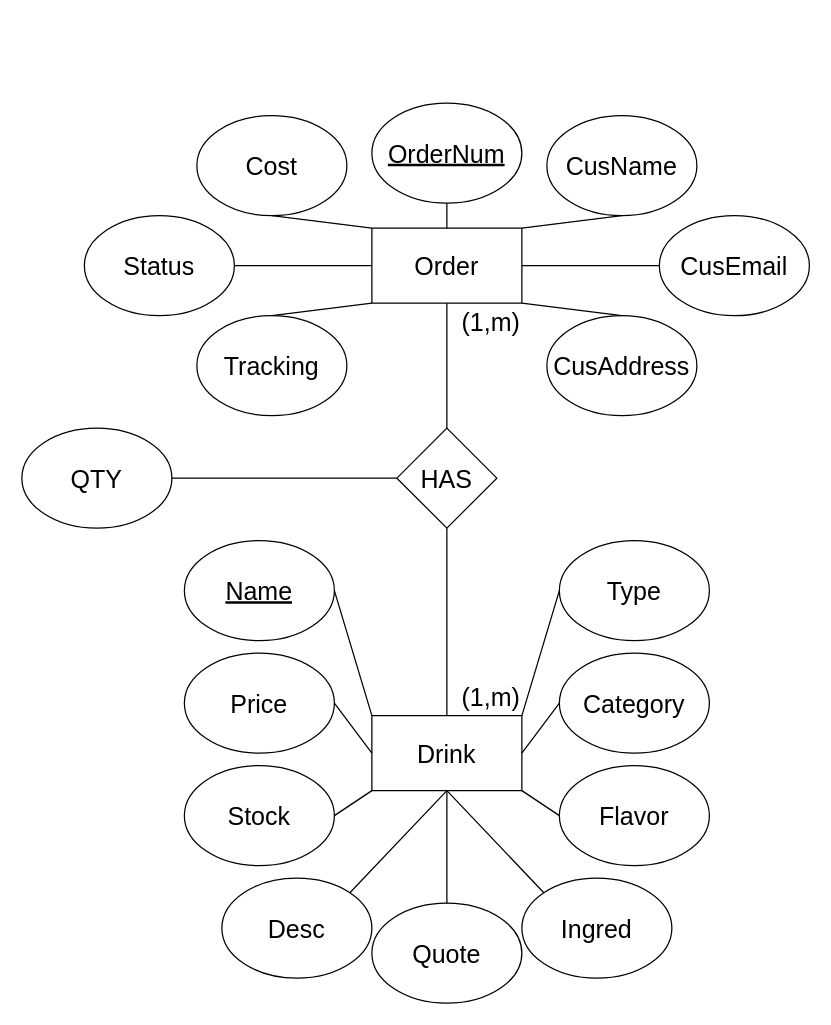
Before: docs/WebsiteERDiagram.drawio in 466-team1/OptionalKarmotrine, a draw.io diagram. Source tidied: cells renumbered, new cells numbered last; positions are measured from the earlier drawing's top-left corner, leaving out a move shared by most shapes. Both pictures are drawn from the tidied source at 125%, with x=0, y=0 at pixel (21, 102).
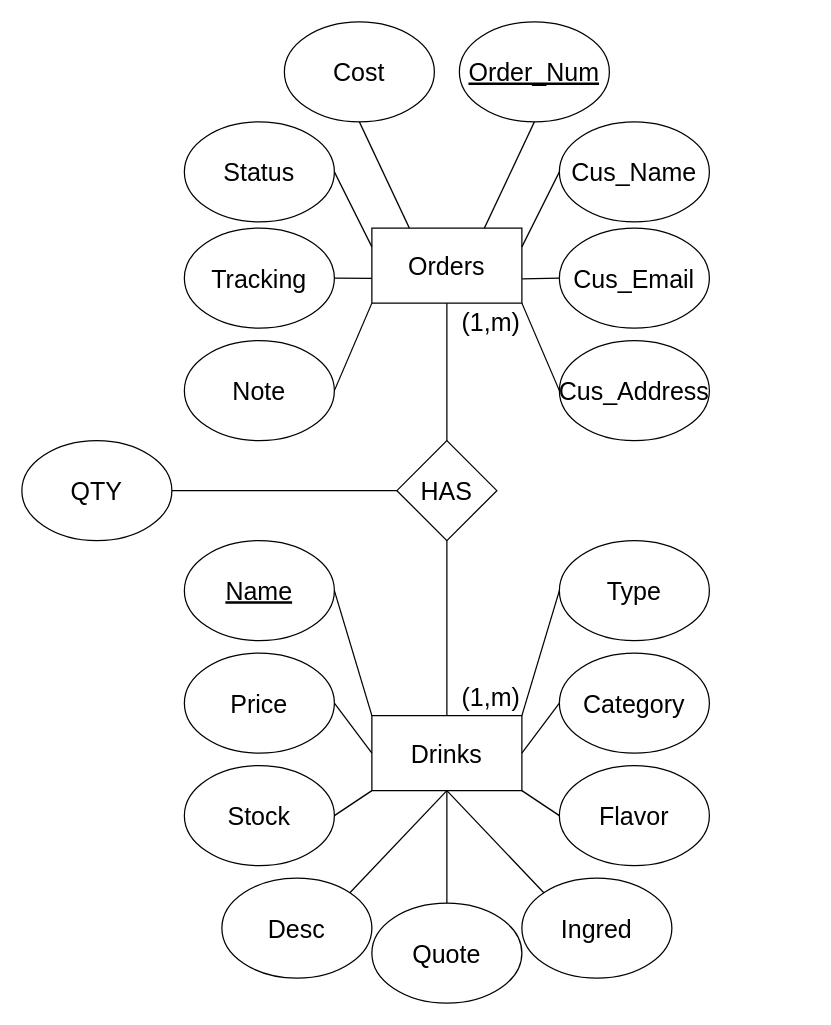
The same page after the edit.

Commit message:
Modified to include the Note attribute that was missing from earlier commit

Diff of the diagram source:
```diff
@@
-    <mxCell id="2" value="&lt;u style=&quot;font-size: 20px;&quot;&gt;OrderNum&lt;/u&gt;" style="ellipse;whiteSpace=wrap;html=1;fontSize=20;" parent="1" vertex="1">
-      <mxGeometry x="280" width="120" height="80" as="geometry" />
+    <mxCell id="2" value="&lt;u style=&quot;font-size: 20px;&quot;&gt;Order_Num&lt;/u&gt;" style="ellipse;whiteSpace=wrap;html=1;fontSize=20;" parent="1" vertex="1">
+      <mxGeometry x="350" y="-65" width="120" height="80" as="geometry" />
     </mxCell>
-    <mxCell id="3" value="Order" style="rounded=0;whiteSpace=wrap;html=1;fontSize=20;" parent="1" vertex="1">
+    <mxCell id="3" value="Orders" style="rounded=0;whiteSpace=wrap;html=1;fontSize=20;" parent="1" vertex="1">
       <mxGeometry x="280" y="100" width="120" height="60" as="geometry" />
     </mxCell>
-    <mxCell id="4" value="Drink" style="rounded=0;whiteSpace=wrap;html=1;fontSize=20;" parent="1" vertex="1">
+    <mxCell id="4" value="Drinks" style="rounded=0;whiteSpace=wrap;html=1;fontSize=20;" parent="1" vertex="1">
       <mxGeometry x="280" y="490" width="120" height="60" as="geometry" />
     </mxCell>
@@
-    <mxCell id="7" style="endArrow=none;html=1;rounded=0;entryX=0.5;entryY=1;entryDx=0;entryDy=0;exitX=0.5;exitY=0;exitDx=0;exitDy=0;fontSize=20;" parent="1" edge="1" source="3" target="2">
+    <mxCell id="7" style="endArrow=none;html=1;rounded=0;entryX=0.5;entryY=1;entryDx=0;entryDy=0;exitX=0.75;exitY=0;exitDx=0;exitDy=0;fontSize=20;" parent="1" edge="1" source="3" target="2">
       <mxGeometry relative="1" as="geometry" />
     </mxCell>
     <mxCell id="8" value="HAS" style="rhombus;whiteSpace=wrap;html=1;fontSize=20;" parent="1" vertex="1">
-      <mxGeometry x="300" y="260" width="80" height="80" as="geometry" />
+      <mxGeometry x="300" y="270" width="80" height="80" as="geometry" />
     </mxCell>
@@
-    <mxCell id="10" value="CusName" style="ellipse;whiteSpace=wrap;html=1;fontSize=20;" parent="1" vertex="1">
-      <mxGeometry x="420" y="10" width="120" height="80" as="geometry" />
+    <mxCell id="10" value="Cus_Name" style="ellipse;whiteSpace=wrap;html=1;fontSize=20;" parent="1" vertex="1">
+      <mxGeometry x="430" y="15" width="120" height="80" as="geometry" />
     </mxCell>
@@
-    <mxCell id="14" value="Cost" style="ellipse;whiteSpace=wrap;html=1;fontSize=20;" parent="1" vertex="1">
-      <mxGeometry x="140" y="10" width="120" height="80" as="geometry" />
+    <mxCell id="14" value="Status" style="ellipse;whiteSpace=wrap;html=1;fontSize=20;" parent="1" vertex="1">
+      <mxGeometry x="130" y="15" width="120" height="80" as="geometry" />
     </mxCell>
-    <mxCell id="15" value="Status" style="ellipse;whiteSpace=wrap;html=1;fontSize=20;" parent="1" vertex="1">
-      <mxGeometry x="50" y="90" width="120" height="80" as="geometry" />
+    <mxCell id="15" value="Tracking" style="ellipse;whiteSpace=wrap;html=1;fontSize=20;" parent="1" vertex="1">
+      <mxGeometry x="130" y="100" width="120" height="80" as="geometry" />
     </mxCell>
-    <mxCell id="16" style="endArrow=none;html=1;rounded=0;entryX=0;entryY=0.5;entryDx=0;entryDy=0;exitX=1;exitY=0.5;exitDx=0;exitDy=0;fontSize=20;" parent="1" edge="1" source="15" target="3">
+    <mxCell id="16" style="endArrow=none;html=1;rounded=0;entryX=0;entryY=0.671;entryDx=0;entryDy=0;exitX=1;exitY=0.5;exitDx=0;exitDy=0;fontSize=20;entryPerimeter=0;" parent="1" edge="1" source="15" target="3">
       <mxGeometry relative="1" as="geometry" />
     </mxCell>
-    <mxCell id="17" style="endArrow=none;html=1;rounded=0;entryX=0;entryY=0;entryDx=0;entryDy=0;exitX=0.5;exitY=1;exitDx=0;exitDy=0;fontSize=20;" parent="1" edge="1" source="14" target="3">
+    <mxCell id="17" style="endArrow=none;html=1;rounded=0;entryX=0;entryY=0.25;entryDx=0;entryDy=0;exitX=1;exitY=0.5;exitDx=0;exitDy=0;fontSize=20;" parent="1" edge="1" source="14" target="3">
       <mxGeometry relative="1" as="geometry" />
     </mxCell>
-    <mxCell id="18" value="Tracking" style="ellipse;whiteSpace=wrap;html=1;fontSize=20;" parent="1" vertex="1">
-      <mxGeometry x="140" y="170" width="120" height="80" as="geometry" />
+    <mxCell id="18" value="Note" style="ellipse;whiteSpace=wrap;html=1;fontSize=20;" parent="1" vertex="1">
+      <mxGeometry x="130" y="190" width="120" height="80" as="geometry" />
     </mxCell>
-    <mxCell id="19" style="endArrow=none;html=1;rounded=0;entryX=0;entryY=1;entryDx=0;entryDy=0;exitX=0.5;exitY=0;exitDx=0;exitDy=0;fontSize=20;" parent="1" edge="1" source="18" target="3">
+    <mxCell id="19" style="endArrow=none;html=1;rounded=0;entryX=0;entryY=1;entryDx=0;entryDy=0;exitX=1;exitY=0.5;exitDx=0;exitDy=0;fontSize=20;" parent="1" edge="1" source="18" target="3">
       <mxGeometry relative="1" as="geometry" />
     </mxCell>
-    <mxCell id="20" value="CusAddress" style="ellipse;whiteSpace=wrap;html=1;fontSize=20;" parent="1" vertex="1">
-      <mxGeometry x="420" y="170" width="120" height="80" as="geometry" />
+    <mxCell id="20" value="Cus_Address" style="ellipse;whiteSpace=wrap;html=1;fontSize=20;" parent="1" vertex="1">
+      <mxGeometry x="430" y="190" width="120" height="80" as="geometry" />
     </mxCell>
-    <mxCell id="21" style="endArrow=none;html=1;rounded=0;entryX=0.5;entryY=1;entryDx=0;entryDy=0;exitX=1;exitY=0;exitDx=0;exitDy=0;fontSize=20;" parent="1" edge="1" source="3" target="10">
+    <mxCell id="21" style="endArrow=none;html=1;rounded=0;entryX=0;entryY=0.5;entryDx=0;entryDy=0;exitX=1;exitY=0.25;exitDx=0;exitDy=0;fontSize=20;" parent="1" edge="1" source="3" target="10">
       <mxGeometry relative="1" as="geometry" />
     </mxCell>
-    <mxCell id="22" value="CusEmail" style="ellipse;whiteSpace=wrap;html=1;fontSize=20;" parent="1" vertex="1">
-      <mxGeometry x="510" y="90" width="120" height="80" as="geometry" />
+    <mxCell id="22" value="Cus_Email" style="ellipse;whiteSpace=wrap;html=1;fontSize=20;" parent="1" vertex="1">
+      <mxGeometry x="430" y="100" width="120" height="80" as="geometry" />
     </mxCell>
-    <mxCell id="23" style="endArrow=none;html=1;rounded=0;entryX=0;entryY=0.5;entryDx=0;entryDy=0;exitX=1;exitY=0.5;exitDx=0;exitDy=0;fontSize=20;" parent="1" edge="1" source="3" target="22">
+    <mxCell id="23" style="endArrow=none;html=1;rounded=0;entryX=0;entryY=0.5;entryDx=0;entryDy=0;exitX=1.002;exitY=0.677;exitDx=0;exitDy=0;fontSize=20;exitPerimeter=0;" parent="1" edge="1" source="3" target="22">
       <mxGeometry relative="1" as="geometry" />
     </mxCell>
-    <mxCell id="24" style="endArrow=none;html=1;rounded=0;entryX=0.5;entryY=0;entryDx=0;entryDy=0;exitX=1;exitY=1;exitDx=0;exitDy=0;fontSize=20;" parent="1" edge="1" source="3" target="20">
+    <mxCell id="24" style="endArrow=none;html=1;rounded=0;entryX=0;entryY=0.5;entryDx=0;entryDy=0;exitX=1;exitY=1;exitDx=0;exitDy=0;fontSize=20;" parent="1" edge="1" source="3" target="20">
       <mxGeometry relative="1" as="geometry" />
     </mxCell>
@@
     <mxCell id="31" value="&lt;font style=&quot;font-size: 20px;&quot;&gt;QTY&lt;/font&gt;" style="ellipse;whiteSpace=wrap;html=1;fontSize=20;" parent="1" vertex="1">
-      <mxGeometry y="260" width="120" height="80" as="geometry" />
+      <mxGeometry y="270" width="120" height="80" as="geometry" />
     </mxCell>
@@
+    <mxCell id="43" value="Cost" style="ellipse;whiteSpace=wrap;html=1;fontSize=20;" parent="1" vertex="1">
+      <mxGeometry x="210" y="-65" width="120" height="80" as="geometry" />
+    </mxCell>
+    <mxCell id="44" style="endArrow=none;html=1;rounded=0;entryX=0.5;entryY=1;entryDx=0;entryDy=0;exitX=0.25;exitY=0;exitDx=0;exitDy=0;fontSize=20;" parent="1" edge="1" source="3" target="43">
+      <mxGeometry relative="1" as="geometry" />
+    </mxCell>
```
